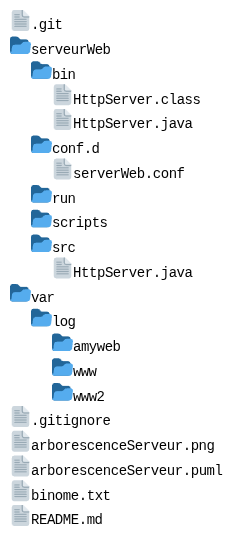
Above: arborescenceServeur.png in Le-Madec-Jean/ServerWeb_GALLOIS_LE_MADEC (PlantUML), before the change. Its source is kept beside it as arborescenceServeur.puml.
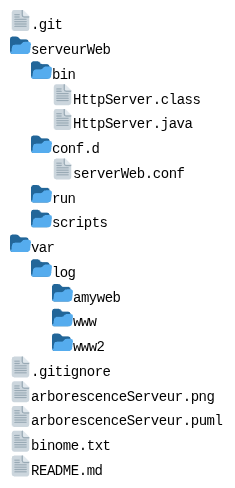
After the change.

Commit message:
mise a jour de l' arborescenceServeur

What changed in the source:
```diff
@@ -5,7 +5,6 @@
 /serveurWeb/conf.d/serverWeb.conf
 /serveurWeb/run/
 /serveurWeb/scripts/
-/serveurWeb/src/HttpServer.java
 /var/log/amyweb/
 /var/log/www/
 /var/log/www2/
```
